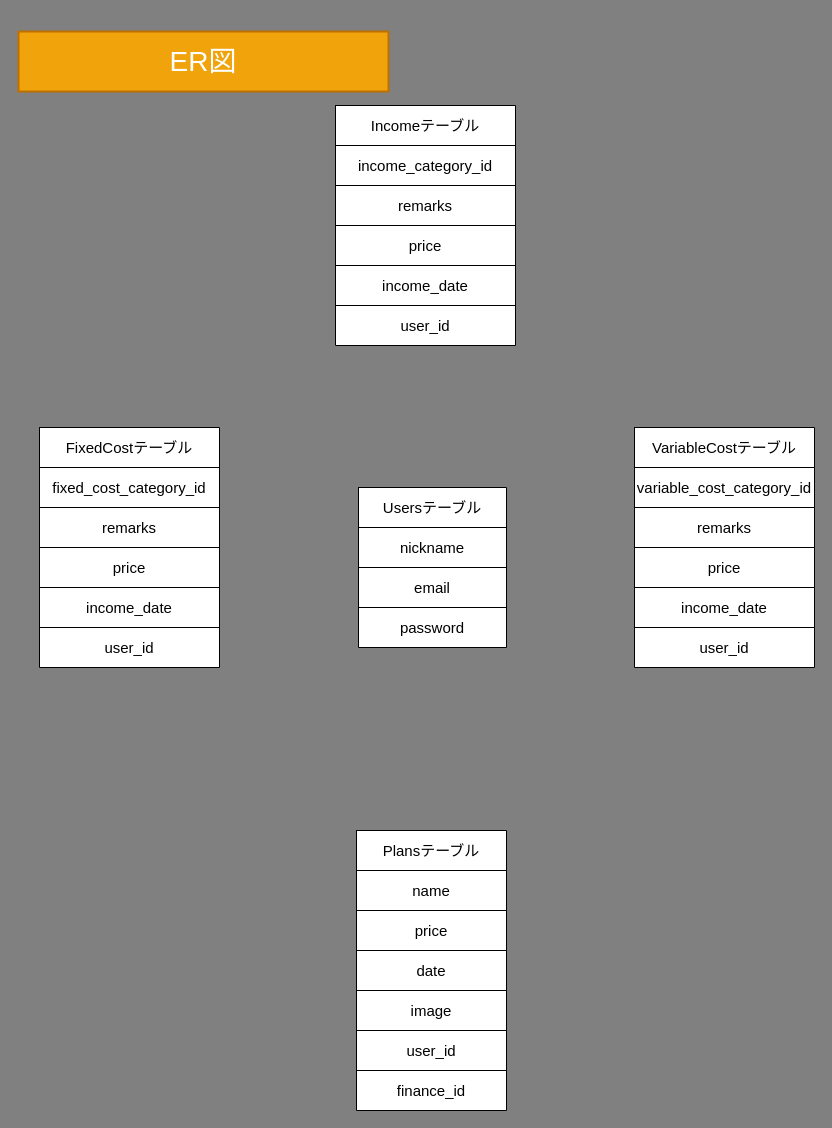
Earlier version of the draw.io diagram page "ER図" (2 of 2) of ER.drawio (TAISEI-050523/money_book). Source tidied: cells renumbered, new cells numbered last; positions are measured from the earlier drawing's top-left corner, leaving out a move shared by most shapes. Both pictures are drawn from the tidied source at 100%, with x=0, y=0 at pixel (18, 31).
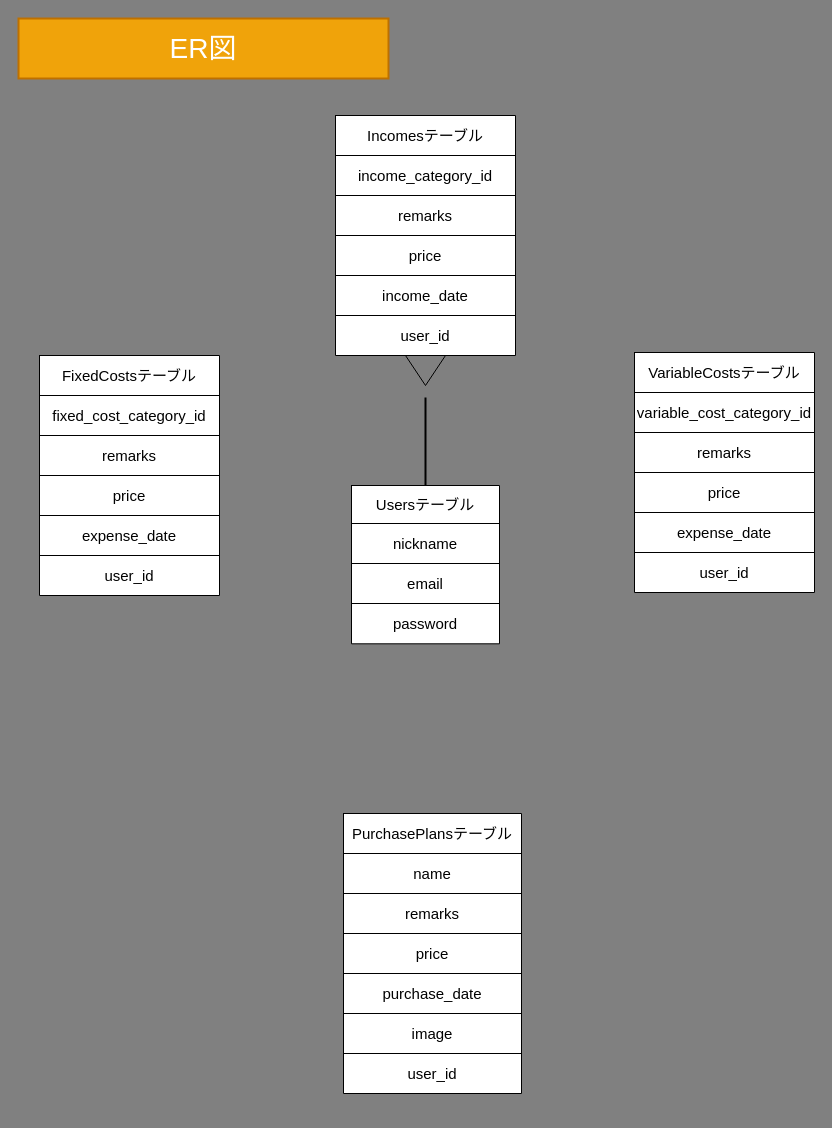
Above is the later version.

Unchanged cells that the change refers to:
```xml
<mxCell id="28" style="shape=partialRectangle;html=1;whiteSpace=wrap;fillColor=none;top=0;left=0;bottom=0;right=0;fontSize=15;" parent="27" vertex="1">
  <mxGeometry width="180" height="40" as="geometry" />
</mxCell>
<mxCell id="36" style="shape=partialRectangle;html=1;whiteSpace=wrap;fillColor=none;top=0;left=0;bottom=0;right=0;fontSize=15;" parent="27" vertex="1">
  <mxGeometry y="160" width="180" height="40" as="geometry" />
</mxCell>
<mxCell id="41" style="shape=partialRectangle;html=1;whiteSpace=wrap;fillColor=none;top=0;left=0;bottom=0;right=0;fontSize=15;" parent="40" vertex="1">
  <mxGeometry width="180" height="40" as="geometry" />
</mxCell>
<mxCell id="54" style="shape=partialRectangle;html=1;whiteSpace=wrap;fillColor=none;top=0;left=0;bottom=0;right=0;fontSize=15;" parent="53" vertex="1">
  <mxGeometry width="180" height="40" as="geometry" />
</mxCell>
<mxCell id="62" style="shape=partialRectangle;html=1;whiteSpace=wrap;fillColor=none;top=0;left=0;bottom=0;right=0;fontSize=15;" parent="53" vertex="1">
  <mxGeometry y="160" width="180" height="40" as="geometry" />
</mxCell>
```

Diff of the diagram source:
```diff
@@
     <mxCell id="2" style="shape=table;html=1;whiteSpace=wrap;startSize=0;childLayout=tableLayout;fontSize=15;" parent="1" vertex="1">
-      <mxGeometry x="340" y="456" width="148" height="160" as="geometry" />
+      <mxGeometry x="333" y="454" width="148" height="158.3" as="geometry" />
     </mxCell>
     <mxCell id="3" style="shape=partialRectangle;html=1;whiteSpace=wrap;fillColor=none;top=0;left=0;bottom=0;right=0;fontSize=15;" parent="2" vertex="1">
-      <mxGeometry width="148" height="40" as="geometry" />
+      <mxGeometry width="148" height="38" as="geometry" />
     </mxCell>
     <mxCell id="4" value="Usersテーブル" style="shape=partialRectangle;html=1;whiteSpace=wrap;overflow=hidden;fillColor=none;top=0;left=0;bottom=0;right=0;fontSize=15;" parent="3" vertex="1">
-      <mxGeometry width="148" height="40" as="geometry" />
+      <mxGeometry width="148" height="38" as="geometry" />
     </mxCell>
     <mxCell id="5" style="shape=partialRectangle;html=1;whiteSpace=wrap;fillColor=none;top=0;left=0;bottom=0;right=0;fontSize=15;" parent="2" vertex="1">
-      <mxGeometry y="40" width="148" height="40" as="geometry" />
+      <mxGeometry y="38" width="148" height="40" as="geometry" />
     </mxCell>
@@
     <mxCell id="7" style="shape=partialRectangle;html=1;whiteSpace=wrap;fillColor=none;top=0;left=0;bottom=0;right=0;fontSize=15;" parent="2" vertex="1">
-      <mxGeometry y="80" width="148" height="40" as="geometry" />
+      <mxGeometry y="78" width="148" height="40" as="geometry" />
     </mxCell>
@@
     <mxCell id="9" style="shape=partialRectangle;html=1;whiteSpace=wrap;fillColor=none;top=0;left=0;bottom=0;right=0;fontSize=15;" parent="2" vertex="1">
-      <mxGeometry y="120" width="148" height="40" as="geometry" />
+      <mxGeometry y="118" width="148" height="40" as="geometry" />
     </mxCell>
@@
     <mxCell id="11" style="shape=table;html=1;whiteSpace=wrap;startSize=0;childLayout=tableLayout;fontSize=15;" parent="1" vertex="1">
-      <mxGeometry x="338" y="799" width="150" height="280" as="geometry" />
+      <mxGeometry x="325" y="782" width="178" height="280" as="geometry" />
     </mxCell>
     <mxCell id="12" style="shape=partialRectangle;html=1;whiteSpace=wrap;fillColor=none;top=0;left=0;bottom=0;right=0;fontSize=15;" parent="11" vertex="1">
-      <mxGeometry width="150" height="40" as="geometry" />
+      <mxGeometry width="178" height="40" as="geometry" />
     </mxCell>
-    <mxCell id="13" value="Plansテーブル" style="shape=partialRectangle;html=1;whiteSpace=wrap;overflow=hidden;fillColor=none;top=0;left=0;bottom=0;right=0;fontSize=15;" parent="12" vertex="1">
-      <mxGeometry width="150" height="40" as="geometry" />
+    <mxCell id="13" value="PurchasePlansテーブル" style="shape=partialRectangle;html=1;whiteSpace=wrap;overflow=hidden;fillColor=none;top=0;left=0;bottom=0;right=0;fontSize=15;" parent="12" vertex="1">
+      <mxGeometry width="178" height="40" as="geometry" />
     </mxCell>
     <mxCell id="14" style="shape=partialRectangle;html=1;whiteSpace=wrap;fillColor=none;top=0;left=0;bottom=0;right=0;fontSize=15;" parent="11" vertex="1">
-      <mxGeometry y="40" width="150" height="40" as="geometry" />
+      <mxGeometry y="40" width="178" height="40" as="geometry" />
     </mxCell>
     <mxCell id="15" value="name" style="shape=partialRectangle;html=1;whiteSpace=wrap;overflow=hidden;fillColor=none;top=0;left=0;bottom=0;right=0;fontSize=15;" parent="14" vertex="1">
-      <mxGeometry width="150" height="40" as="geometry" />
+      <mxGeometry width="178" height="40" as="geometry" />
     </mxCell>
     <mxCell id="16" style="shape=partialRectangle;html=1;whiteSpace=wrap;fillColor=none;top=0;left=0;bottom=0;right=0;fontSize=15;" parent="11" vertex="1">
-      <mxGeometry y="80" width="150" height="40" as="geometry" />
+      <mxGeometry y="80" width="178" height="40" as="geometry" />
     </mxCell>
-    <mxCell id="17" value="price" style="shape=partialRectangle;html=1;whiteSpace=wrap;overflow=hidden;fillColor=none;top=0;left=0;bottom=0;right=0;fontSize=15;" parent="16" vertex="1">
-      <mxGeometry width="150" height="40" as="geometry" />
+    <mxCell id="17" value="remarks" style="shape=partialRectangle;html=1;whiteSpace=wrap;overflow=hidden;fillColor=none;top=0;left=0;bottom=0;right=0;fontSize=15;" parent="16" vertex="1">
+      <mxGeometry width="178" height="40" as="geometry" />
     </mxCell>
+    <mxCell id="66" style="shape=partialRectangle;html=1;whiteSpace=wrap;fillColor=none;top=0;left=0;bottom=0;right=0;fontSize=15;" parent="11" vertex="1">
+      <mxGeometry y="120" width="178" height="40" as="geometry" />
+    </mxCell>
+    <mxCell id="67" value="price" style="shape=partialRectangle;html=1;whiteSpace=wrap;overflow=hidden;fillColor=none;top=0;left=0;bottom=0;right=0;fontSize=15;" parent="66" vertex="1">
+      <mxGeometry width="178" height="40" as="geometry" />
+    </mxCell>
     <mxCell id="18" style="shape=partialRectangle;html=1;whiteSpace=wrap;fillColor=none;top=0;left=0;bottom=0;right=0;fontSize=15;" parent="11" vertex="1">
-      <mxGeometry y="120" width="150" height="40" as="geometry" />
+      <mxGeometry y="160" width="178" height="40" as="geometry" />
     </mxCell>
-    <mxCell id="19" value="date" style="shape=partialRectangle;html=1;whiteSpace=wrap;overflow=hidden;fillColor=none;top=0;left=0;bottom=0;right=0;fontSize=15;" parent="18" vertex="1">
-      <mxGeometry width="150" height="40" as="geometry" />
+    <mxCell id="19" value="purchase_date" style="shape=partialRectangle;html=1;whiteSpace=wrap;overflow=hidden;fillColor=none;top=0;left=0;bottom=0;right=0;fontSize=15;" parent="18" vertex="1">
+      <mxGeometry width="178" height="40" as="geometry" />
     </mxCell>
     <mxCell id="20" style="shape=partialRectangle;html=1;whiteSpace=wrap;fillColor=none;top=0;left=0;bottom=0;right=0;fontSize=15;" parent="11" vertex="1">
-      <mxGeometry y="160" width="150" height="40" as="geometry" />
+      <mxGeometry y="200" width="178" height="40" as="geometry" />
     </mxCell>
     <mxCell id="21" value="image" style="shape=partialRectangle;html=1;whiteSpace=wrap;overflow=hidden;fillColor=none;top=0;left=0;bottom=0;right=0;fontSize=15;" parent="20" vertex="1">
-      <mxGeometry width="150" height="40" as="geometry" />
+      <mxGeometry width="178" height="40" as="geometry" />
     </mxCell>
     <mxCell id="22" style="shape=partialRectangle;html=1;whiteSpace=wrap;fillColor=none;top=0;left=0;bottom=0;right=0;fontSize=15;" parent="11" vertex="1">
-      <mxGeometry y="200" width="150" height="40" as="geometry" />
+      <mxGeometry y="240" width="178" height="40" as="geometry" />
     </mxCell>
     <mxCell id="23" value="user_id" style="shape=partialRectangle;html=1;whiteSpace=wrap;overflow=hidden;fillColor=none;top=0;left=0;bottom=0;right=0;fontSize=15;" parent="22" vertex="1">
-      <mxGeometry width="150" height="40" as="geometry" />
+      <mxGeometry width="178" height="40" as="geometry" />
     </mxCell>
-    <mxCell id="24" style="shape=partialRectangle;html=1;whiteSpace=wrap;fillColor=none;top=0;left=0;bottom=0;right=0;fontSize=15;" parent="11" vertex="1">
-      <mxGeometry y="240" width="150" height="40" as="geometry" />
-    </mxCell>
-    <mxCell id="25" value="finance_id" style="shape=partialRectangle;html=1;whiteSpace=wrap;overflow=hidden;fillColor=none;top=0;left=0;bottom=0;right=0;fontSize=15;" parent="24" vertex="1">
-      <mxGeometry width="150" height="40" as="geometry" />
-    </mxCell>
     <mxCell id="26" value="ER図" style="rounded=0;whiteSpace=wrap;html=1;strokeColor=#BD7000;strokeWidth=2;fillColor=#f0a30a;fontSize=28;fontColor=#ffffff;" parent="1" vertex="1">
-      <mxGeometry width="370" height="60" as="geometry" />
+      <mxGeometry y="-13" width="370" height="60" as="geometry" />
     </mxCell>
     <mxCell id="27" style="shape=table;html=1;whiteSpace=wrap;startSize=0;childLayout=tableLayout;fontSize=15;" parent="1" vertex="1">
-      <mxGeometry x="21" y="396" width="180" height="240" as="geometry" />
+      <mxGeometry x="21" y="324" width="180" height="240" as="geometry" />
     </mxCell>
@@
-    <mxCell id="29" value="FixedCostテーブル" style="shape=partialRectangle;html=1;whiteSpace=wrap;overflow=hidden;fillColor=none;top=0;left=0;bottom=0;right=0;fontSize=15;" parent="28" vertex="1">
+    <mxCell id="29" value="FixedCostsテーブル" style="shape=partialRectangle;html=1;whiteSpace=wrap;overflow=hidden;fillColor=none;top=0;left=0;bottom=0;right=0;fontSize=15;" parent="28" vertex="1">
       <mxGeometry width="180" height="40" as="geometry" />
     </mxCell>
@@
-    <mxCell id="37" value="income_date" style="shape=partialRectangle;html=1;whiteSpace=wrap;overflow=hidden;fillColor=none;top=0;left=0;bottom=0;right=0;fontSize=15;" parent="36" vertex="1">
+    <mxCell id="37" value="expense_date" style="shape=partialRectangle;html=1;whiteSpace=wrap;overflow=hidden;fillColor=none;top=0;left=0;bottom=0;right=0;fontSize=15;" parent="36" vertex="1">
       <mxGeometry width="180" height="40" as="geometry" />
     </mxCell>
@@
     <mxCell id="40" style="shape=table;html=1;whiteSpace=wrap;startSize=0;childLayout=tableLayout;fontSize=15;" parent="1" vertex="1">
-      <mxGeometry x="317" y="74" width="180" height="240" as="geometry" />
+      <mxGeometry x="317" y="84" width="180" height="240" as="geometry" />
     </mxCell>
@@
-    <mxCell id="42" value="Incomeテーブル" style="shape=partialRectangle;html=1;whiteSpace=wrap;overflow=hidden;fillColor=none;top=0;left=0;bottom=0;right=0;fontSize=15;" parent="41" vertex="1">
+    <mxCell id="42" value="Incomesテーブル" style="shape=partialRectangle;html=1;whiteSpace=wrap;overflow=hidden;fillColor=none;top=0;left=0;bottom=0;right=0;fontSize=15;" parent="41" vertex="1">
       <mxGeometry width="180" height="40" as="geometry" />
     </mxCell>
@@
     <mxCell id="53" style="shape=table;html=1;whiteSpace=wrap;startSize=0;childLayout=tableLayout;fontSize=15;" parent="1" vertex="1">
-      <mxGeometry x="616" y="396" width="180" height="240" as="geometry" />
+      <mxGeometry x="616" y="321" width="180" height="240" as="geometry" />
     </mxCell>
@@
-    <mxCell id="55" value="VariableCostテーブル" style="shape=partialRectangle;html=1;whiteSpace=wrap;overflow=hidden;fillColor=none;top=0;left=0;bottom=0;right=0;fontSize=15;" parent="54" vertex="1">
+    <mxCell id="55" value="VariableCostsテーブル" style="shape=partialRectangle;html=1;whiteSpace=wrap;overflow=hidden;fillColor=none;top=0;left=0;bottom=0;right=0;fontSize=15;" parent="54" vertex="1">
       <mxGeometry width="180" height="40" as="geometry" />
     </mxCell>
@@
-    <mxCell id="63" value="income_date" style="shape=partialRectangle;html=1;whiteSpace=wrap;overflow=hidden;fillColor=none;top=0;left=0;bottom=0;right=0;fontSize=15;" parent="62" vertex="1">
+    <mxCell id="63" value="expense_date" style="shape=partialRectangle;html=1;whiteSpace=wrap;overflow=hidden;fillColor=none;top=0;left=0;bottom=0;right=0;fontSize=15;" parent="62" vertex="1">
       <mxGeometry width="180" height="40" as="geometry" />
     </mxCell>
@@
+    <mxCell id="68" style="triangle;whiteSpace=wrap;html=1;direction=south;fillColor=none;" parent="1" vertex="1">
+      <mxGeometry x="387" y="324" width="40" height="30" as="geometry" />
+    </mxCell>
+    <mxCell id="69" style="line;strokeWidth=2;direction=south;html=1;" parent="1" vertex="1">
+      <mxGeometry x="402" y="366" width="10" height="88" as="geometry" />
+    </mxCell>
```
